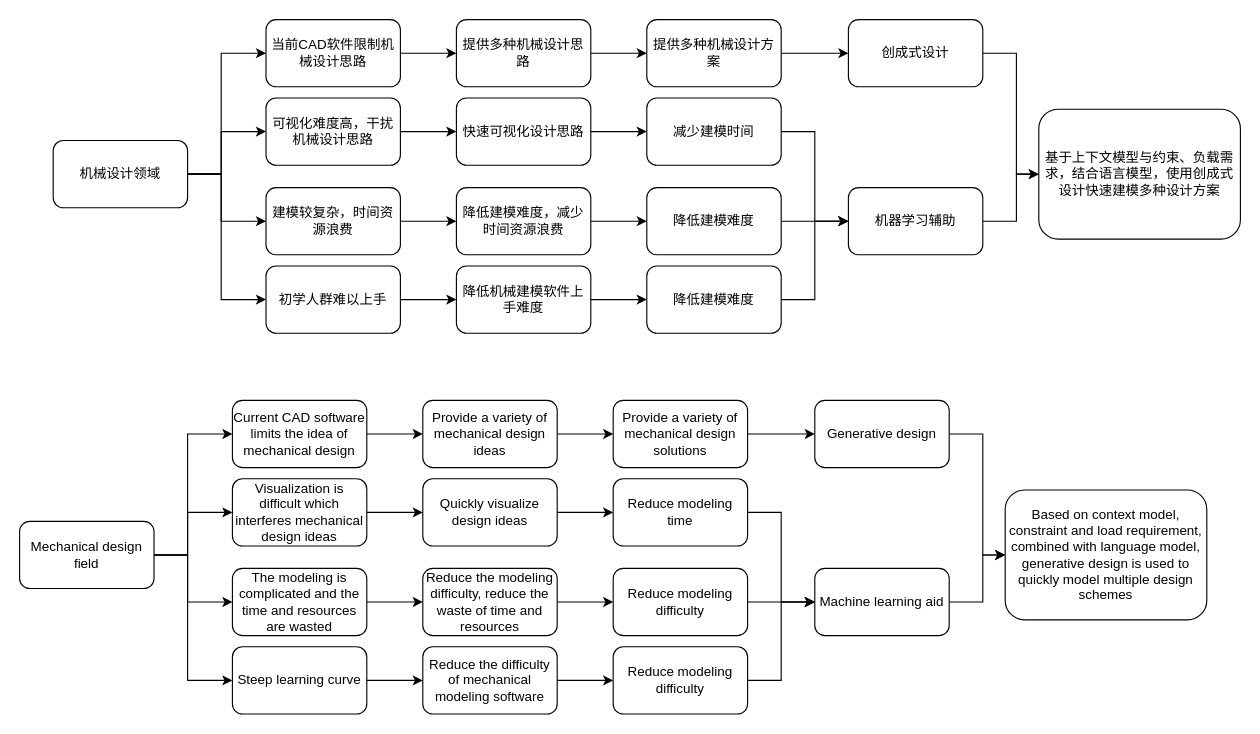
x1528045870/x1528045870 keeps this draw.io diagram as 工程制图需求及解决方案探索.drawio. Above is the earlier version. Source tidied: cells renumbered, new cells numbered last; positions are measured from the earlier drawing's top-left corner, leaving out a move shared by most shapes. Both pictures are drawn from the tidied source at 112%, with x=0, y=0 at pixel (19, 19).
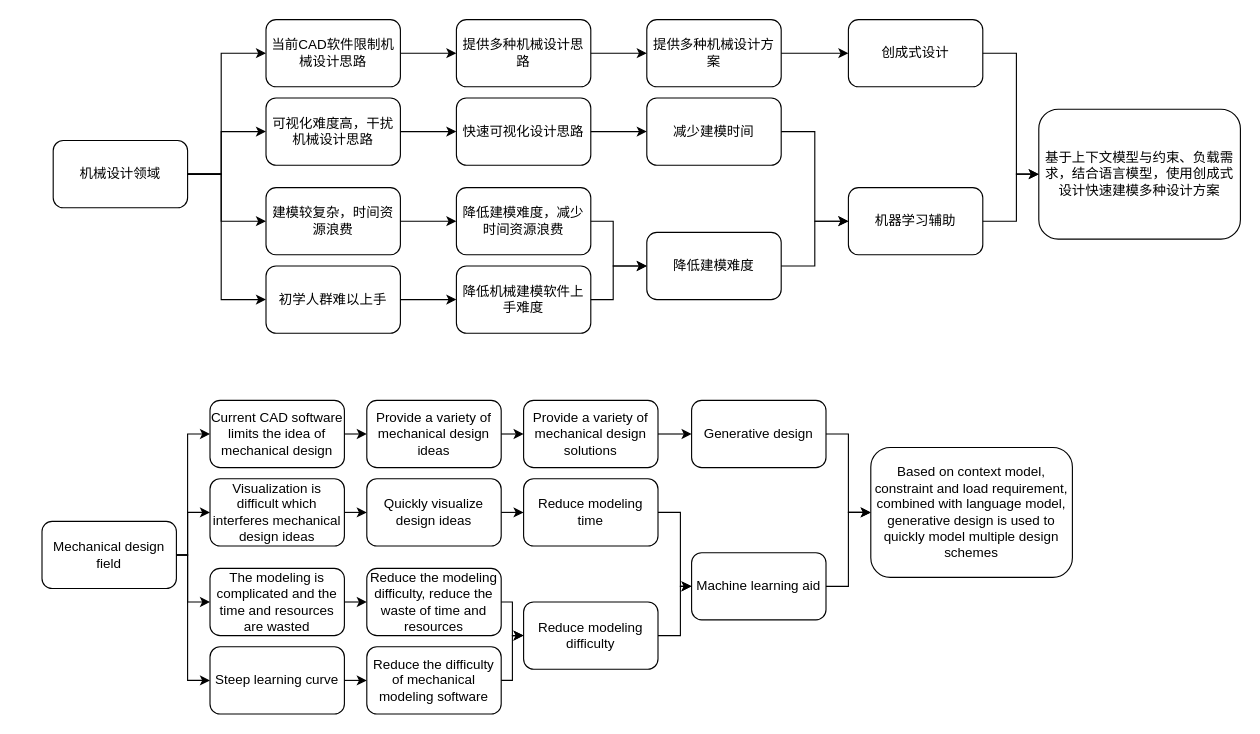
Above is the later version.

Commit message:
更新工程制图需求及解决方案探索.drawio

The change refers to these unchanged cells:
```xml
<mxCell id="17" value="降低机械建模软件上手难度" style="rounded=1;whiteSpace=wrap;html=1;" parent="1" vertex="1">
  <mxGeometry x="390" y="220" width="120" height="60" as="geometry" />
</mxCell>
<mxCell id="18" value="降低建模难度，减少时间资源浪费" style="rounded=1;whiteSpace=wrap;html=1;" parent="1" vertex="1">
  <mxGeometry x="390" y="150" width="120" height="60" as="geometry" />
</mxCell>
<mxCell id="28" value="机器学习辅助" style="rounded=1;whiteSpace=wrap;html=1;" parent="1" vertex="1">
  <mxGeometry x="740" y="150" width="120" height="60" as="geometry" />
</mxCell>
```

Change to the diagram source:
```diff
@@
     <mxCell id="19" value="降低建模难度" style="rounded=1;whiteSpace=wrap;html=1;" parent="1" vertex="1">
-      <mxGeometry x="560" y="220" width="120" height="60" as="geometry" />
+      <mxGeometry x="560" y="190" width="120" height="60" as="geometry" />
     </mxCell>
     <mxCell id="20" style="endArrow=classic;html=1;rounded=0;exitX=1;exitY=0.5;exitDx=0;exitDy=0;entryX=0;entryY=0.5;entryDx=0;entryDy=0;" parent="1" edge="1" source="17" target="19">
-      <mxGeometry relative="1" as="geometry" />
+      <mxGeometry relative="1" as="geometry">
+        <Array as="points">
+          <mxPoint x="530" y="250" />
+          <mxPoint x="530" y="220" />
+        </Array>
+      </mxGeometry>
     </mxCell>
-    <mxCell id="21" value="降低建模难度" style="rounded=1;whiteSpace=wrap;html=1;" parent="1" vertex="1">
-      <mxGeometry x="560" y="150" width="120" height="60" as="geometry" />
-    </mxCell>
-    <mxCell id="22" style="endArrow=classic;html=1;rounded=0;exitX=1;exitY=0.5;exitDx=0;exitDy=0;entryX=0;entryY=0.5;entryDx=0;entryDy=0;" parent="1" edge="1" source="18" target="21">
-      <mxGeometry relative="1" as="geometry" />
+    <mxCell id="22" style="endArrow=classic;html=1;rounded=0;exitX=1;exitY=0.5;exitDx=0;exitDy=0;entryX=0;entryY=0.5;entryDx=0;entryDy=0;" parent="1" edge="1" source="18" target="19">
+      <mxGeometry relative="1" as="geometry">
+        <Array as="points">
+          <mxPoint x="530" y="180" />
+          <mxPoint x="530" y="220" />
+        </Array>
+      </mxGeometry>
     </mxCell>
@@
-    <mxCell id="33" style="endArrow=classic;html=1;rounded=0;exitX=1;exitY=0.5;exitDx=0;exitDy=0;entryX=0;entryY=0.5;entryDx=0;entryDy=0;" parent="1" edge="1" source="21" target="28">
-      <mxGeometry relative="1" as="geometry" />
-    </mxCell>
     <mxCell id="34" style="endArrow=classic;html=1;rounded=0;exitX=1;exitY=0.5;exitDx=0;exitDy=0;entryX=0;entryY=0.5;entryDx=0;entryDy=0;" parent="1" edge="1" source="19" target="28">
       <mxGeometry relative="1" as="geometry">
         <Array as="points">
-          <mxPoint x="710" y="250" />
+          <mxPoint x="710" y="220" />
           <mxPoint x="710" y="180" />
         </Array>
       </mxGeometry>
     </mxCell>
@@
     <mxCell id="36" value="Mechanical design field" style="rounded=1;whiteSpace=wrap;html=1;" parent="1" vertex="1">
-      <mxGeometry y="448" width="120" height="60" as="geometry" />
+      <mxGeometry x="20" y="448" width="120" height="60" as="geometry" />
     </mxCell>
@@
     <mxCell id="39" value="Current CAD software limits the idea of mechanical design" style="rounded=1;whiteSpace=wrap;html=1;" parent="1" vertex="1">
-      <mxGeometry x="190" y="340" width="120" height="60" as="geometry" />
+      <mxGeometry x="170" y="340" width="120" height="60" as="geometry" />
     </mxCell>
     <mxCell id="40" value="Visualization is difficult which interferes mechanical design ideas" style="rounded=1;whiteSpace=wrap;html=1;" parent="1" vertex="1">
-      <mxGeometry x="190" y="410" width="120" height="60" as="geometry" />
+      <mxGeometry x="170" y="410" width="120" height="60" as="geometry" />
     </mxCell>
@@
     <mxCell id="42" value="The modeling is complicated and the time and resources are wasted" style="rounded=1;whiteSpace=wrap;html=1;" parent="1" vertex="1">
-      <mxGeometry x="190" y="490" width="120" height="60" as="geometry" />
+      <mxGeometry x="170" y="490" width="120" height="60" as="geometry" />
     </mxCell>
@@
-    <mxCell id="45" style="endArrow=classic;html=1;rounded=0;exitX=1;exitY=0.5;exitDx=0;exitDy=0;" parent="1" edge="1" source="40">
-      <mxGeometry relative="1" as="geometry">
-        <mxPoint x="360" y="440" as="targetPoint" />
-        <Array as="points">
-          <mxPoint x="360" y="440" />
-        </Array>
-      </mxGeometry>
-    </mxCell>
     <mxCell id="46" value="Steep learning curve" style="rounded=1;whiteSpace=wrap;html=1;" parent="1" vertex="1">
-      <mxGeometry x="190" y="560" width="120" height="60" as="geometry" />
+      <mxGeometry x="170" y="560" width="120" height="60" as="geometry" />
     </mxCell>
@@
     <mxCell id="49" value="Provide a variety of mechanical design ideas" style="rounded=1;whiteSpace=wrap;html=1;" parent="1" vertex="1">
-      <mxGeometry x="360" y="340" width="120" height="60" as="geometry" />
+      <mxGeometry x="310" y="340" width="120" height="60" as="geometry" />
     </mxCell>
     <mxCell id="50" value="Quickly visualize design ideas" style="rounded=1;whiteSpace=wrap;html=1;" parent="1" vertex="1">
-      <mxGeometry x="360" y="410" width="120" height="60" as="geometry" />
+      <mxGeometry x="310" y="410" width="120" height="60" as="geometry" />
     </mxCell>
     <mxCell id="51" value="Reduce the difficulty of mechanical modeling software" style="rounded=1;whiteSpace=wrap;html=1;" parent="1" vertex="1">
-      <mxGeometry x="360" y="560" width="120" height="60" as="geometry" />
+      <mxGeometry x="310" y="560" width="120" height="60" as="geometry" />
     </mxCell>
     <mxCell id="52" value="Reduce the modeling difficulty, reduce the waste of time and resources" style="rounded=1;whiteSpace=wrap;html=1;" parent="1" vertex="1">
-      <mxGeometry x="360" y="490" width="120" height="60" as="geometry" />
+      <mxGeometry x="310" y="490" width="120" height="60" as="geometry" />
     </mxCell>
-    <mxCell id="53" value="Reduce modeling difficulty" style="rounded=1;whiteSpace=wrap;html=1;" parent="1" vertex="1">
-      <mxGeometry x="530" y="560" width="120" height="60" as="geometry" />
-    </mxCell>
-    <mxCell id="54" style="endArrow=classic;html=1;rounded=0;exitX=1;exitY=0.5;exitDx=0;exitDy=0;entryX=0;entryY=0.5;entryDx=0;entryDy=0;" parent="1" edge="1" source="51" target="53">
-      <mxGeometry relative="1" as="geometry" />
-    </mxCell>
     <mxCell id="55" value="Reduce modeling difficulty" style="rounded=1;whiteSpace=wrap;html=1;" parent="1" vertex="1">
-      <mxGeometry x="530" y="490" width="120" height="60" as="geometry" />
+      <mxGeometry x="450" y="520" width="120" height="60" as="geometry" />
     </mxCell>
     <mxCell id="56" style="endArrow=classic;html=1;rounded=0;exitX=1;exitY=0.5;exitDx=0;exitDy=0;entryX=0;entryY=0.5;entryDx=0;entryDy=0;" parent="1" edge="1" source="52" target="55">
-      <mxGeometry relative="1" as="geometry" />
+      <mxGeometry relative="1" as="geometry">
+        <Array as="points">
+          <mxPoint x="440" y="520" />
+          <mxPoint x="440" y="550" />
+        </Array>
+      </mxGeometry>
     </mxCell>
     <mxCell id="57" value="Reduce modeling time" style="rounded=1;whiteSpace=wrap;html=1;" parent="1" vertex="1">
-      <mxGeometry x="530" y="410" width="120" height="60" as="geometry" />
+      <mxGeometry x="450" y="410" width="120" height="60" as="geometry" />
     </mxCell>
@@
     <mxCell id="59" value="Provide a variety of mechanical design solutions" style="rounded=1;whiteSpace=wrap;html=1;" parent="1" vertex="1">
-      <mxGeometry x="530" y="340" width="120" height="60" as="geometry" />
+      <mxGeometry x="450" y="340" width="120" height="60" as="geometry" />
     </mxCell>
@@
     <mxCell id="61" value="Based on context model, constraint and load requirement, combined with language model, generative design is used to quickly model multiple design schemes" style="rounded=1;whiteSpace=wrap;html=1;" parent="1" vertex="1">
-      <mxGeometry x="880" y="420" width="180" height="116" as="geometry" />
+      <mxGeometry x="760" y="382" width="180" height="116" as="geometry" />
     </mxCell>
     <mxCell id="62" value="Machine learning aid" style="rounded=1;whiteSpace=wrap;html=1;" parent="1" vertex="1">
-      <mxGeometry x="710" y="490" width="120" height="60" as="geometry" />
+      <mxGeometry x="600" y="476" width="120" height="60" as="geometry" />
     </mxCell>
     <mxCell id="63" value="Generative design" style="rounded=1;whiteSpace=wrap;html=1;" parent="1" vertex="1">
-      <mxGeometry x="710" y="340" width="120" height="60" as="geometry" />
+      <mxGeometry x="600" y="340" width="120" height="60" as="geometry" />
     </mxCell>
-    <mxCell id="64" style="endArrow=classic;html=1;rounded=0;exitX=1;exitY=0.5;exitDx=0;exitDy=0;entryX=0;entryY=0.5;entryDx=0;entryDy=0;" parent="1" edge="1" source="59" target="63">
-      <mxGeometry relative="1" as="geometry" />
-    </mxCell>
     <mxCell id="65" style="endArrow=classic;html=1;rounded=0;exitX=1;exitY=0.5;exitDx=0;exitDy=0;entryX=0;entryY=0.5;entryDx=0;entryDy=0;" parent="1" edge="1" source="63" target="61">
       <mxGeometry relative="1" as="geometry">
         <Array as="points">
-          <mxPoint x="860" y="370" />
-          <mxPoint x="860" y="478" />
+          <mxPoint x="740" y="370" />
+          <mxPoint x="740" y="440" />
         </Array>
       </mxGeometry>
     </mxCell>
     <mxCell id="66" style="endArrow=classic;html=1;rounded=0;exitX=1;exitY=0.5;exitDx=0;exitDy=0;entryX=0;entryY=0.5;entryDx=0;entryDy=0;" parent="1" edge="1" source="62" target="61">
       <mxGeometry relative="1" as="geometry">
         <Array as="points">
-          <mxPoint x="860" y="520" />
-          <mxPoint x="860" y="478" />
+          <mxPoint x="740" y="506" />
+          <mxPoint x="740" y="440" />
         </Array>
       </mxGeometry>
     </mxCell>
+    <mxCell id="70" style="endArrow=classic;html=1;rounded=0;exitX=1;exitY=0.5;exitDx=0;exitDy=0;entryX=0;entryY=0.5;entryDx=0;entryDy=0;" parent="1" edge="1" source="51" target="55">
+      <mxGeometry relative="1" as="geometry">
+        <Array as="points">
+          <mxPoint x="440" y="590" />
+          <mxPoint x="440" y="550" />
+        </Array>
+      </mxGeometry>
+    </mxCell>
+    <mxCell id="71" style="endArrow=classic;html=1;rounded=0;exitX=1;exitY=0.5;exitDx=0;exitDy=0;entryX=0;entryY=0.5;entryDx=0;entryDy=0;" parent="1" edge="1" source="40" target="50">
+      <mxGeometry relative="1" as="geometry" />
+    </mxCell>
+    <mxCell id="64" style="endArrow=classic;html=1;rounded=0;exitX=1;exitY=0.5;exitDx=0;exitDy=0;entryX=0;entryY=0.5;entryDx=0;entryDy=0;" parent="1" edge="1" source="59" target="63">
+      <mxGeometry relative="1" as="geometry" />
+    </mxCell>
+    <mxCell id="69" style="endArrow=classic;html=1;rounded=0;exitX=1;exitY=0.5;exitDx=0;exitDy=0;entryX=0;entryY=0.5;entryDx=0;entryDy=0;" parent="1" edge="1" source="57" target="62">
+      <mxGeometry relative="1" as="geometry">
+        <Array as="points">
+          <mxPoint x="590" y="440" />
+          <mxPoint x="590" y="506" />
+        </Array>
+      </mxGeometry>
+    </mxCell>
     <mxCell id="67" style="endArrow=classic;html=1;rounded=0;exitX=1;exitY=0.5;exitDx=0;exitDy=0;entryX=0;entryY=0.5;entryDx=0;entryDy=0;" parent="1" edge="1" source="55" target="62">
-      <mxGeometry relative="1" as="geometry" />
+      <mxGeometry relative="1" as="geometry">
+        <Array as="points">
+          <mxPoint x="590" y="550" />
+          <mxPoint x="590" y="506" />
+        </Array>
+      </mxGeometry>
     </mxCell>
-    <mxCell id="68" style="endArrow=classic;html=1;rounded=0;exitX=1;exitY=0.5;exitDx=0;exitDy=0;entryX=0;entryY=0.5;entryDx=0;entryDy=0;" parent="1" edge="1" source="53" target="62">
-      <mxGeometry relative="1" as="geometry">
-        <Array as="points">
-          <mxPoint x="680" y="590" />
-          <mxPoint x="680" y="520" />
-        </Array>
-      </mxGeometry>
-    </mxCell>
-    <mxCell id="69" style="endArrow=classic;html=1;rounded=0;exitX=1;exitY=0.5;exitDx=0;exitDy=0;entryX=0;entryY=0.5;entryDx=0;entryDy=0;" parent="1" edge="1" source="57" target="62">
-      <mxGeometry relative="1" as="geometry">
-        <Array as="points">
-          <mxPoint x="680" y="440" />
-          <mxPoint x="680" y="520" />
-        </Array>
-      </mxGeometry>
-    </mxCell>
```
